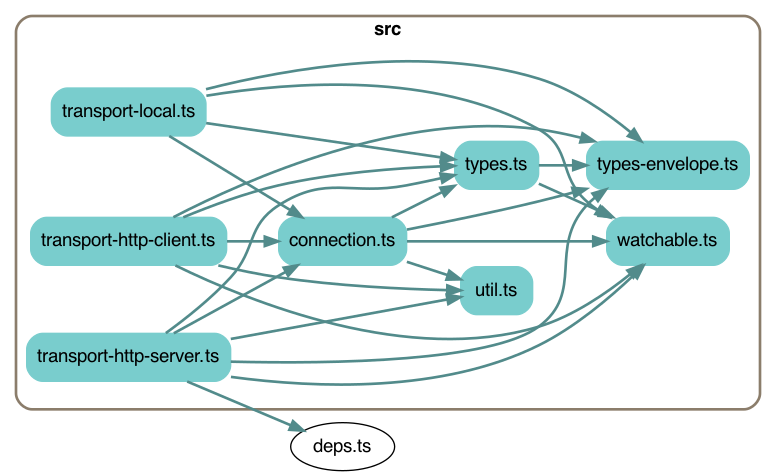
Before: depchart/depchart-simple.png, a diagram exported from Graphviz (earthstar-project/earthstar-streaming-rpc). Its source is kept beside it as depchart/depchart-simple.dot.
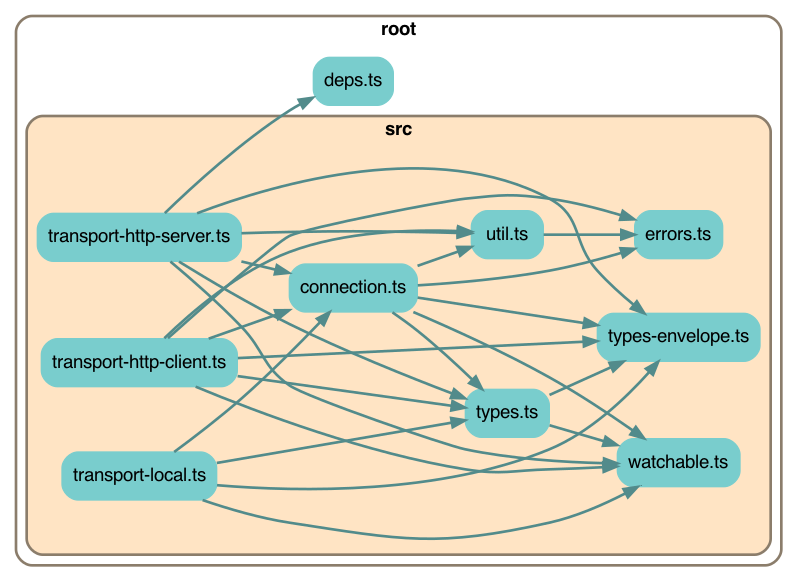
The same file after the commit.

The edit, as a diff of the source:
```diff
@@ -7,26 +7,39 @@
     edge [fontname = "helvetica"];
 
 
-    subgraph cluster3346056155 {
-        label=<<b>src</b>>;
+    subgraph cluster6120518647 {
+        label=<<b>root</b>>;
         style="rounded";
         color=bisque4;
         penwidth=2;
 
-        "src/connection.ts" [label="connection.ts", shape=rectangle; style="rounded,filled"; color=darkslategray3];
-        "src/transport-http-client.ts" [label="transport-http-client.ts", shape=rectangle; style="rounded,filled"; color=darkslategray3];
-        "src/transport-http-server.ts" [label="transport-http-server.ts", shape=rectangle; style="rounded,filled"; color=darkslategray3];
-        "src/transport-local.ts" [label="transport-local.ts", shape=rectangle; style="rounded,filled"; color=darkslategray3];
-        "src/types-envelope.ts" [label="types-envelope.ts", shape=rectangle; style="rounded,filled"; color=darkslategray3];
-        "src/types.ts" [label="types.ts", shape=rectangle; style="rounded,filled"; color=darkslategray3];
-        "src/util.ts" [label="util.ts", shape=rectangle; style="rounded,filled"; color=darkslategray3];
-        "src/watchable.ts" [label="watchable.ts", shape=rectangle; style="rounded,filled"; color=darkslategray3];
+        "deps.ts" [label="deps.ts", shape=rectangle; style="rounded,filled"; color=darkslategray3];
+
+        subgraph cluster9450472687 {
+            label=<<b>src</b>>;
+            style="rounded,filled";
+            fillcolor=bisque;
+            color=bisque4;
+            penwidth=2;
+
+            "src/connection.ts" [label="connection.ts", shape=rectangle; style="rounded,filled"; color=darkslategray3];
+            "src/errors.ts" [label="errors.ts", shape=rectangle; style="rounded,filled"; color=darkslategray3];
+            "src/transport-http-client.ts" [label="transport-http-client.ts", shape=rectangle; style="rounded,filled"; color=darkslategray3];
+            "src/transport-http-server.ts" [label="transport-http-server.ts", shape=rectangle; style="rounded,filled"; color=darkslategray3];
+            "src/transport-local.ts" [label="transport-local.ts", shape=rectangle; style="rounded,filled"; color=darkslategray3];
+            "src/types-envelope.ts" [label="types-envelope.ts", shape=rectangle; style="rounded,filled"; color=darkslategray3];
+            "src/types.ts" [label="types.ts", shape=rectangle; style="rounded,filled"; color=darkslategray3];
+            "src/util.ts" [label="util.ts", shape=rectangle; style="rounded,filled"; color=darkslategray3];
+            "src/watchable.ts" [label="watchable.ts", shape=rectangle; style="rounded,filled"; color=darkslategray3];
+        }
     }
 
+    "src/connection.ts" -> "src/errors.ts" [penwidth=2; color=darkslategray4];
     "src/connection.ts" -> "src/types.ts" [penwidth=2; color=darkslategray4];
     "src/connection.ts" -> "src/types-envelope.ts" [penwidth=2; color=darkslategray4];
     "src/connection.ts" -> "src/watchable.ts" [penwidth=2; color=darkslategray4];
     "src/connection.ts" -> "src/util.ts" [penwidth=2; color=darkslategray4];
+    "src/transport-http-client.ts" -> "src/errors.ts" [penwidth=2; color=darkslategray4];
     "src/transport-http-client.ts" -> "src/types.ts" [penwidth=2; color=darkslategray4];
     "src/transport-http-client.ts" -> "src/types-envelope.ts" [penwidth=2; color=darkslategray4];
     "src/transport-http-client.ts" -> "src/watchable.ts" [penwidth=2; color=darkslategray4];
@@ -44,5 +57,6 @@
     "src/transport-local.ts" -> "src/connection.ts" [penwidth=2; color=darkslategray4];
     "src/types.ts" -> "src/types-envelope.ts" [penwidth=2; color=darkslategray4];
     "src/types.ts" -> "src/watchable.ts" [penwidth=2; color=darkslategray4];
+    "src/util.ts" -> "src/errors.ts" [penwidth=2; color=darkslategray4];
 
 }
```
